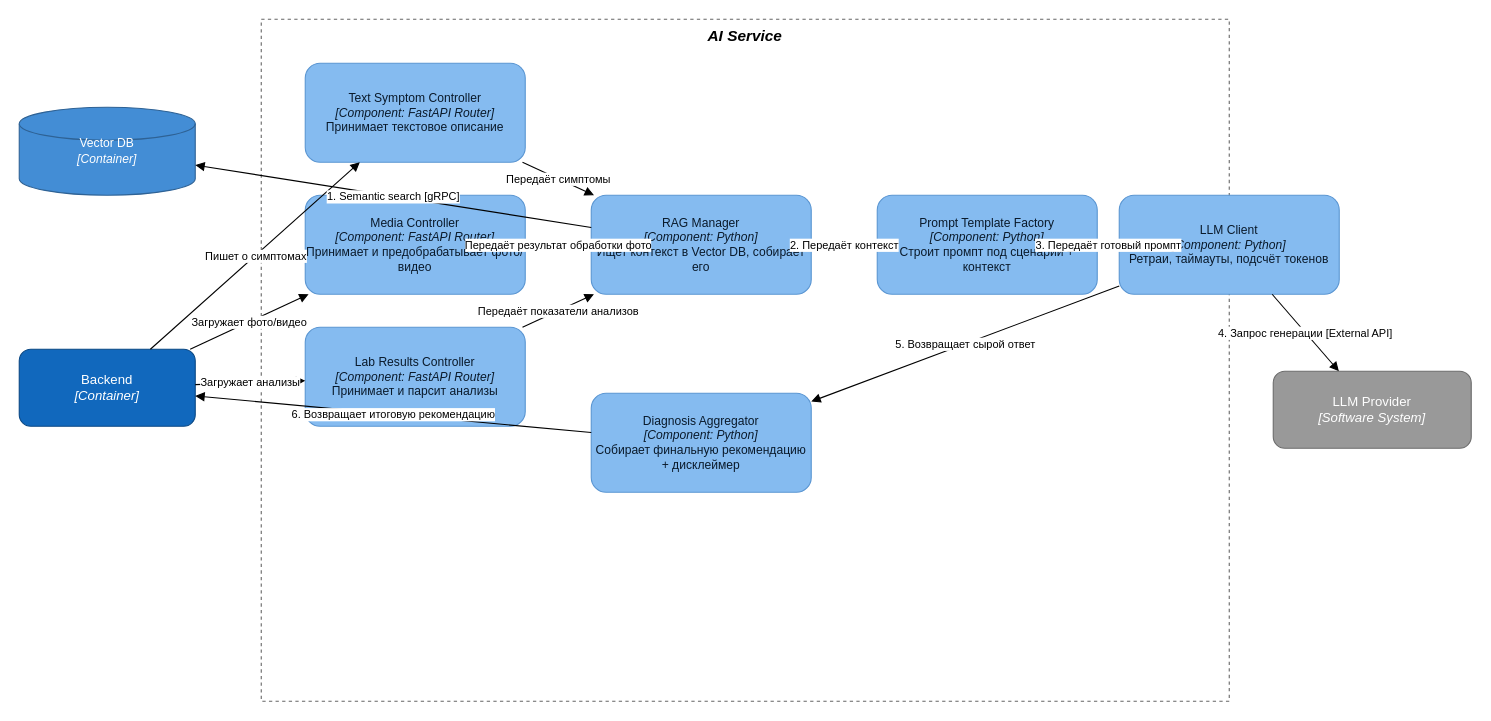
anastasiya-h79/vetai-hw-c4 keeps this draw.io diagram as c3-component-diagram.drawio. Above is the earlier version. Source tidied: cells renumbered, new cells numbered last; positions are measured from the earlier drawing's top-left corner, leaving out a move shared by most shapes. Both pictures are drawn from the tidied source at 110%, with x=0, y=0 at pixel (19, 19).
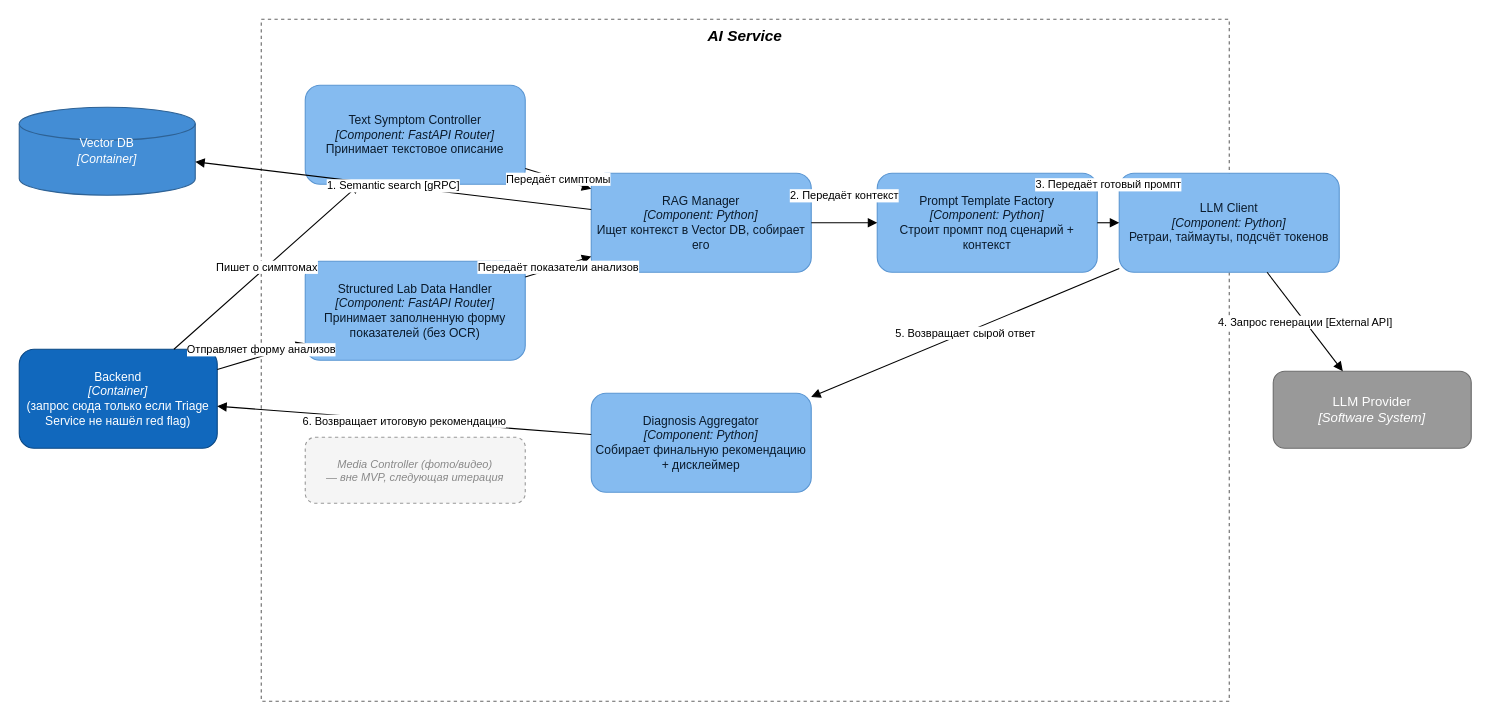
Above is the later version.

Commit message (it also covers changes not shown here):
add triage service, scope out media analysis, structure lab input

Diff of the diagram source:
```diff
@@
-    <mxCell id="2" value="Backend&lt;br&gt;&lt;i&gt;[Container]&lt;/i&gt;" style="rounded=1;whiteSpace=wrap;html=1;fillColor=#1168bd;strokeColor=#0b4884;fontColor=#ffffff;fontSize=12;" parent="1" vertex="1">
-      <mxGeometry y="300" width="160" height="70" as="geometry" />
+    <mxCell id="2" value="Backend&lt;br&gt;&lt;i&gt;[Container]&lt;/i&gt;&lt;br&gt;(запрос сюда только если Triage Service не нашёл red flag)" style="rounded=1;whiteSpace=wrap;html=1;fillColor=#1168bd;strokeColor=#0b4884;fontColor=#ffffff;fontSize=11;" parent="1" vertex="1">
+      <mxGeometry y="300" width="180" height="90" as="geometry" />
     </mxCell>
@@
     <mxCell id="6" value="Text Symptom Controller&lt;br&gt;&lt;i&gt;[Component: FastAPI Router]&lt;/i&gt;&lt;br&gt;Принимает текстовое описание" style="rounded=1;whiteSpace=wrap;html=1;fillColor=#85bbf0;strokeColor=#5b96d2;fontColor=#0a1a2b;fontSize=11;" parent="1" vertex="1">
-      <mxGeometry x="260" y="40" width="200" height="90" as="geometry" />
+      <mxGeometry x="260" y="60" width="200" height="90" as="geometry" />
     </mxCell>
-    <mxCell id="7" value="Media Controller&lt;br&gt;&lt;i&gt;[Component: FastAPI Router]&lt;/i&gt;&lt;br&gt;Принимает и предобрабатывает фото/видео" style="rounded=1;whiteSpace=wrap;html=1;fillColor=#85bbf0;strokeColor=#5b96d2;fontColor=#0a1a2b;fontSize=11;" parent="1" vertex="1">
-      <mxGeometry x="260" y="160" width="200" height="90" as="geometry" />
-    </mxCell>
-    <mxCell id="8" value="Lab Results Controller&lt;br&gt;&lt;i&gt;[Component: FastAPI Router]&lt;/i&gt;&lt;br&gt;Принимает и парсит анализы" style="rounded=1;whiteSpace=wrap;html=1;fillColor=#85bbf0;strokeColor=#5b96d2;fontColor=#0a1a2b;fontSize=11;" parent="1" vertex="1">
-      <mxGeometry x="260" y="280" width="200" height="90" as="geometry" />
+    <mxCell id="8" value="Structured Lab Data Handler&lt;br&gt;&lt;i&gt;[Component: FastAPI Router]&lt;/i&gt;&lt;br&gt;Принимает заполненную форму показателей (без OCR)" style="rounded=1;whiteSpace=wrap;html=1;fillColor=#85bbf0;strokeColor=#5b96d2;fontColor=#0a1a2b;fontSize=11;" parent="1" vertex="1">
+      <mxGeometry x="260" y="220" width="200" height="90" as="geometry" />
     </mxCell>
+    <mxCell id="25" value="Media Controller (фото/видео)&lt;br&gt;— вне MVP, следующая итерация" style="rounded=1;whiteSpace=wrap;html=1;fillColor=#f5f5f5;strokeColor=#999999;dashed=1;fontColor=#888888;fontSize=10;fontStyle=2;" parent="1" vertex="1">
+      <mxGeometry x="260" y="380" width="200" height="60" as="geometry" />
+    </mxCell>
     <mxCell id="9" value="RAG Manager&lt;br&gt;&lt;i&gt;[Component: Python]&lt;/i&gt;&lt;br&gt;Ищет контекст в Vector DB, собирает его" style="rounded=1;whiteSpace=wrap;html=1;fillColor=#85bbf0;strokeColor=#5b96d2;fontColor=#0a1a2b;fontSize=11;" parent="1" vertex="1">
-      <mxGeometry x="520" y="160" width="200" height="90" as="geometry" />
+      <mxGeometry x="520" y="140" width="200" height="90" as="geometry" />
     </mxCell>
     <mxCell id="10" value="Prompt Template Factory&lt;br&gt;&lt;i&gt;[Component: Python]&lt;/i&gt;&lt;br&gt;Строит промпт под сценарий + контекст" style="rounded=1;whiteSpace=wrap;html=1;fillColor=#85bbf0;strokeColor=#5b96d2;fontColor=#0a1a2b;fontSize=11;" parent="1" vertex="1">
-      <mxGeometry x="780" y="160" width="200" height="90" as="geometry" />
+      <mxGeometry x="780" y="140" width="200" height="90" as="geometry" />
     </mxCell>
     <mxCell id="11" value="LLM Client&lt;br&gt;&lt;i&gt;[Component: Python]&lt;/i&gt;&lt;br&gt;Ретраи, таймауты, подсчёт токенов" style="rounded=1;whiteSpace=wrap;html=1;fillColor=#85bbf0;strokeColor=#5b96d2;fontColor=#0a1a2b;fontSize=11;" parent="1" vertex="1">
-      <mxGeometry x="1000" y="160" width="200" height="90" as="geometry" />
+      <mxGeometry x="1000" y="140" width="200" height="90" as="geometry" />
     </mxCell>
@@
-    <mxCell id="14" value="Загружает фото/видео" style="html=1;endArrow=block;fontSize=10;" parent="1" edge="1" source="2" target="7">
-      <mxGeometry relative="1" as="geometry" />
-    </mxCell>
-    <mxCell id="15" value="Загружает анализы" style="html=1;endArrow=block;fontSize=10;" parent="1" edge="1" source="2" target="8">
-      <mxGeometry relative="1" as="geometry" />
+    <mxCell id="15" value="Отправляет форму анализов" style="html=1;endArrow=block;fontSize=10;" parent="1" edge="1" source="2" target="8">
+      <mxGeometry x="0.04" y="6" relative="1" as="geometry" />
     </mxCell>
@@
-    <mxCell id="17" value="Передаёт результат обработки фото" style="html=1;endArrow=block;fontSize=10;" parent="1" edge="1" source="7" target="9">
-      <mxGeometry relative="1" as="geometry" />
-    </mxCell>
@@
     <mxCell id="20" value="2. Передаёт контекст" style="html=1;endArrow=block;fontSize=10;" parent="1" edge="1" source="9" target="10">
-      <mxGeometry relative="1" as="geometry" />
+      <mxGeometry y="25" relative="1" as="geometry" />
     </mxCell>
     <mxCell id="21" value="3. Передаёт готовый промпт" style="html=1;endArrow=block;fontSize=10;" parent="1" edge="1" source="10" target="11">
-      <mxGeometry relative="1" as="geometry" />
+      <mxGeometry y="35" relative="1" as="geometry" />
     </mxCell>
```
